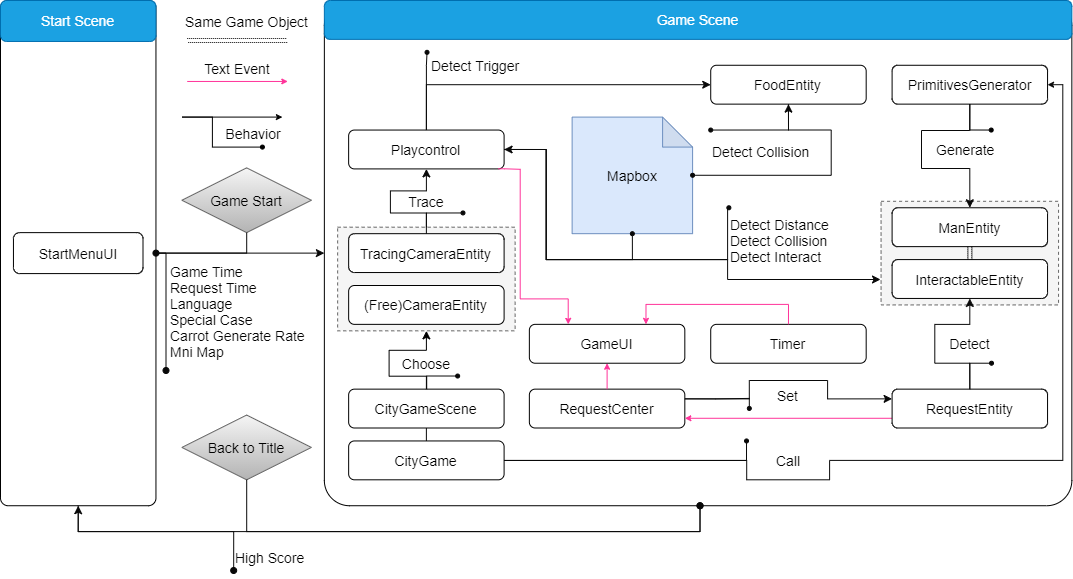
assistantor/icg2020_final keeps this draw.io diagram as screenshot/Structure.png. Above is the earlier version. Source tidied: cells renumbered, new cells last; positions are measured from the earlier drawing's top-left corner, leaving out a move shared by most shapes.
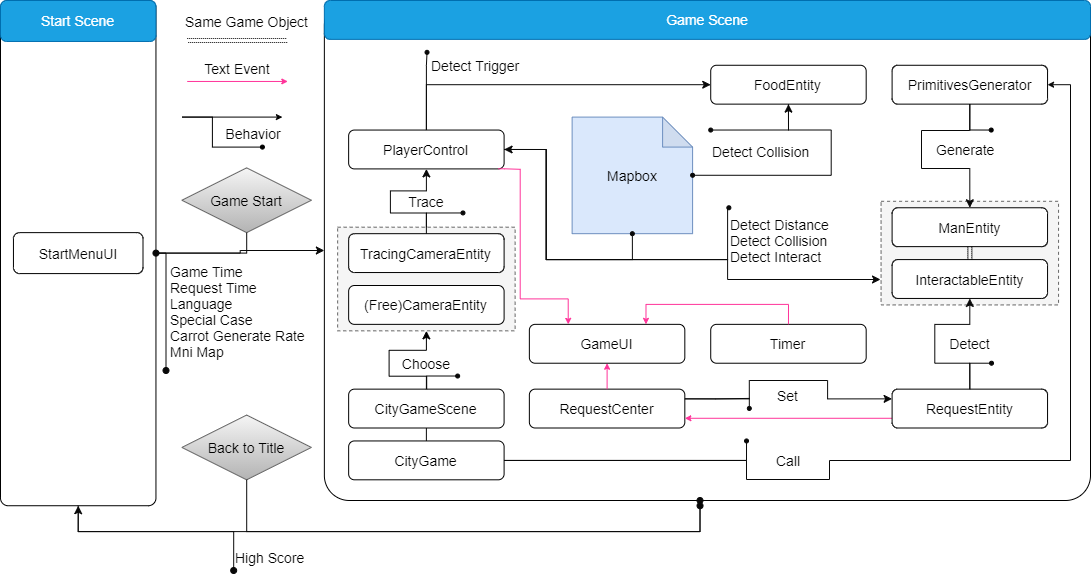
Later version of the same file.

Change to the diagram source:
```diff
@@ -3,7 +3,7 @@
     <mxCell id="0" />
     <mxCell id="1" parent="0" />
     <mxCell id="2" style="group;" parent="1" vertex="1">
-      <mxGeometry width="1071.3" height="570" as="geometry" />
+      <mxGeometry width="1090" height="570" as="geometry" />
     </mxCell>
     <mxCell id="3" style="endArrow=none;html=1;startSize=4;endFill=0;startArrow=classic;startFill=1;" parent="2" edge="1">
       <mxGeometry relative="1" as="geometry">
@@ -32,7 +32,7 @@
       <mxGeometry x="176.7" y="10" width="138.8" height="22.4" as="geometry" />
     </mxCell>
     <mxCell id="7" style="rounded=1;whiteSpace=wrap;html=1;fontSize=14;arcSize=5;" parent="2" vertex="1">
-      <mxGeometry x="323.9" width="747.5" height="505.2" as="geometry" />
+      <mxGeometry x="323.9" width="766.1" height="500" as="geometry" />
     </mxCell>
     <mxCell id="8" style="rounded=0;whiteSpace=wrap;html=1;fontSize=14;align=center;dashed=1;fillColor=#f5f5f5;strokeColor=#666666;fontColor=#333333;" parent="2" vertex="1">
       <mxGeometry x="880.6" y="200.8" width="177.5" height="103.6" as="geometry" />
@@ -58,7 +58,7 @@
       <mxGeometry x="337.1" y="226.7" width="177.5" height="103.6" as="geometry" />
     </mxCell>
     <mxCell id="15" value="Game Scene" style="rounded=1;whiteSpace=wrap;html=1;fontSize=14;fillColor=#1ba1e2;strokeColor=#006EAF;fontColor=#ffffff;" parent="2" vertex="1">
-      <mxGeometry x="323.9" width="747.5" height="38.9" as="geometry" />
+      <mxGeometry x="323.9" width="766.1" height="38.9" as="geometry" />
     </mxCell>
     <mxCell id="16" style="edgeStyle=orthogonalEdgeStyle;rounded=0;jettySize=auto;html=1;exitX=0.5;exitY=0;exitDx=0;exitDy=0;fontSize=14;fontColor=#030303;startArrow=none;startFill=0;endArrow=oval;endFill=1;startSize=4;endSize=4;strokeColor=#080808;" parent="2" edge="1" source="17">
       <mxGeometry x="345.9" as="geometry">
@@ -69,7 +69,7 @@
         </Array>
       </mxGeometry>
     </mxCell>
-    <mxCell id="17" value="Playcontrol" style="rounded=1;whiteSpace=wrap;html=1;fontSize=14;" parent="2" vertex="1">
+    <mxCell id="17" value="PlayerControl" style="rounded=1;whiteSpace=wrap;html=1;fontSize=14;" parent="2" vertex="1">
       <mxGeometry x="348.2" y="129.5" width="155.5" height="38.9" as="geometry" />
     </mxCell>
     <mxCell id="18" value="FoodEntity" style="rounded=1;whiteSpace=wrap;html=1;fontSize=14;" parent="2" vertex="1">
@@ -261,12 +261,12 @@
     <mxCell id="52" style="edgeStyle=orthogonalEdgeStyle;rounded=0;jettySize=auto;html=1;entryX=1;entryY=0.5;entryDx=0;entryDy=0;fontSize=14;fontColor=#030303;startArrow=none;startFill=0;endArrow=classic;endFill=1;startSize=4;endSize=4;strokeColor=#080808;exitX=1;exitY=0.5;exitDx=0;exitDy=0;" parent="2" edge="1" source="53" target="23">
       <mxGeometry x="345.9" as="geometry">
         <Array as="points">
-          <mxPoint x="746.2" y="459.9" />
-          <mxPoint x="746.2" y="479.3" />
-          <mxPoint x="829.1" y="479.3" />
-          <mxPoint x="829.1" y="459.9" />
-          <mxPoint x="1062.3" y="459.9" />
-          <mxPoint x="1062.3" y="84.2" />
+          <mxPoint x="746" y="460" />
+          <mxPoint x="746" y="479" />
+          <mxPoint x="829" y="479" />
+          <mxPoint x="829" y="460" />
+          <mxPoint x="1070" y="460" />
+          <mxPoint x="1070" y="84" />
         </Array>
       </mxGeometry>
     </mxCell>
```
